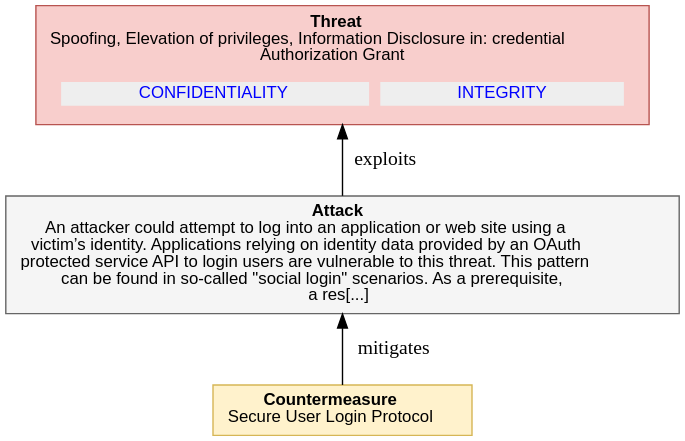
DavidCervigni/threat-models keeps this PlantUML diagram as report-examples/OAuth2/img/threatTree/4_4_2_6_TOKEN_SUBSTITUTION.svg. Above is the earlier version. Its source is kept beside it as report-examples/OAuth2/img/threatTree/4_4_2_6_TOKEN_SUBSTITUTION.puml.
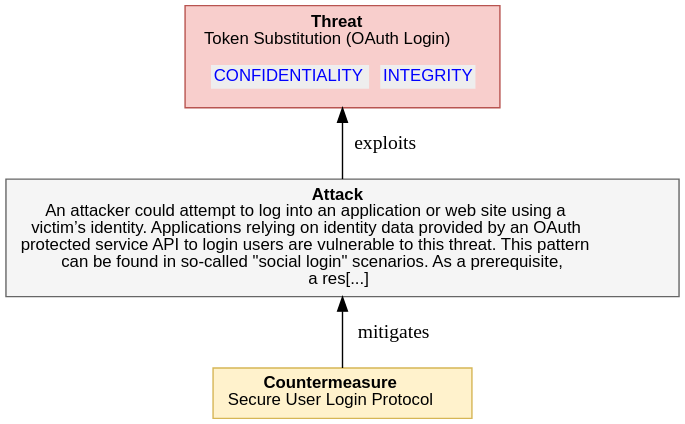
After the commit.

The edit, as a diff of the source:
```diff
@@ -7,7 +7,7 @@
     <<table border="0" cellborder="0" cellspacing="0">
      <tr><td align="center"><b>Threat</b><br/>
 
-Spoofing, Elevation of privileges, Information Disclosure in: credential<br/>Authorization Grant
+Token Substitution (OAuth Login)
 </td></tr>
      <tr><td><table border="0" cellborder="0" cellspacing="8"><tr>
                 ret += secObj.linkedImpactMDText()
```
